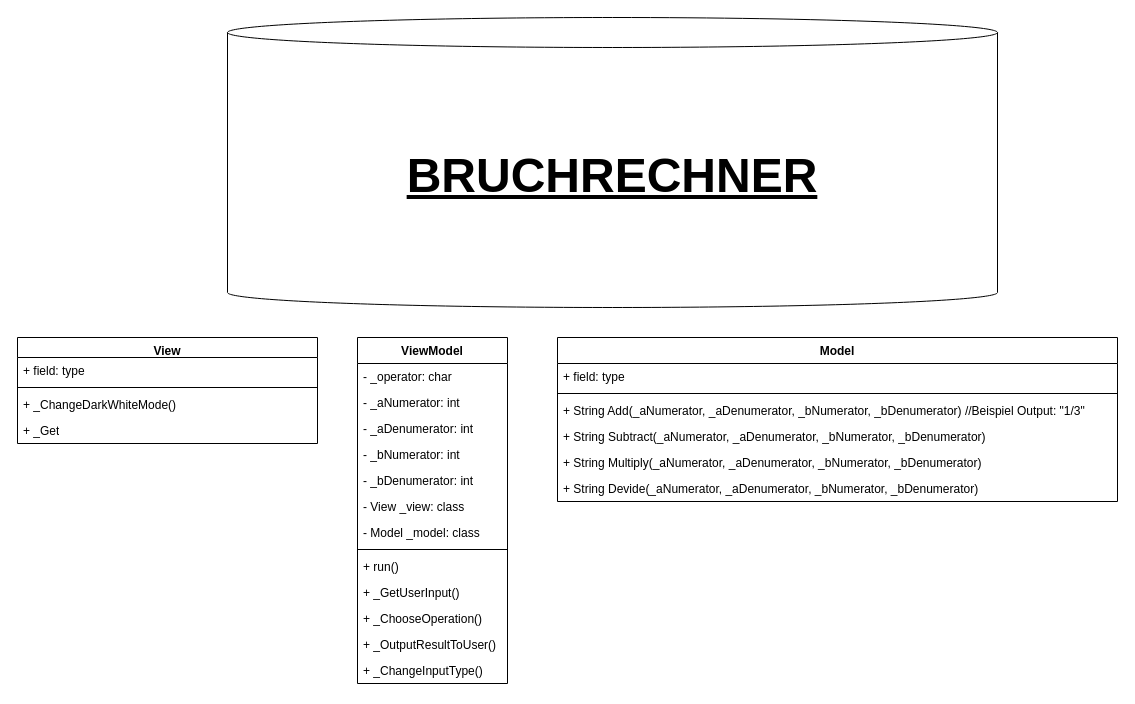
The draw.io diagram Untitled Diagram.drawio in BrassCrafter/Calculator, before the edit. Source tidied: cells renumbered, new cells numbered last; positions are measured from the earlier drawing's top-left corner, leaving out a move shared by most shapes. Both pictures are drawn from the tidied source at 100%, with x=0, y=0 at pixel (17, 17).
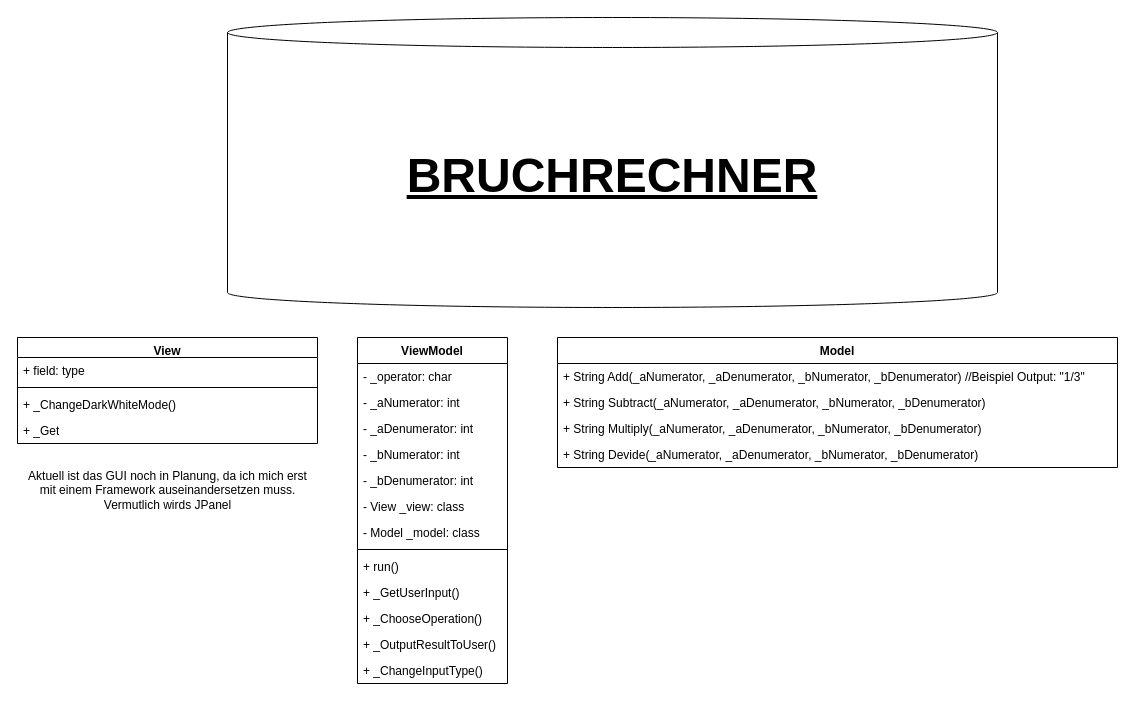
Above is the later version.

What changed in the source:
```diff
@@
     <mxCell id="21" value="Model" style="swimlane;fontStyle=1;align=center;verticalAlign=top;horizontal=1;startSize=26;whiteSpace=wrap;html=1;" parent="1" vertex="1">
-      <mxGeometry x="540" y="320" width="560" height="164" as="geometry" />
+      <mxGeometry x="540" y="320" width="560" height="130" as="geometry" />
     </mxCell>
-    <mxCell id="22" value="+ field: type" style="text;strokeColor=none;fillColor=none;align=left;verticalAlign=top;spacingLeft=4;spacingRight=4;overflow=hidden;whiteSpace=wrap;html=1;" parent="21" vertex="1">
-      <mxGeometry y="26" width="560" height="26" as="geometry" />
-    </mxCell>
-    <mxCell id="23" style="line;strokeWidth=1;fillColor=none;align=left;verticalAlign=middle;spacingTop=-1;spacingLeft=3;spacingRight=3;labelPosition=right;strokeColor=inherit;" parent="21" vertex="1">
-      <mxGeometry y="52" width="560" height="8" as="geometry" />
-    </mxCell>
     <mxCell id="24" value="+ String Add(_aNumerator, _aDenumerator, _bNumerator, _bDenumerator) //Beispiel Output: &quot;1/3&quot;" style="text;strokeColor=none;fillColor=none;align=left;verticalAlign=top;spacingLeft=4;spacingRight=4;overflow=hidden;whiteSpace=wrap;html=1;" parent="21" vertex="1">
-      <mxGeometry y="60" width="560" height="26" as="geometry" />
+      <mxGeometry y="26" width="560" height="26" as="geometry" />
     </mxCell>
     <mxCell id="25" value="+ String Subtract(_aNumerator, _aDenumerator, _bNumerator, _bDenumerator)" style="text;strokeColor=none;fillColor=none;align=left;verticalAlign=top;spacingLeft=4;spacingRight=4;overflow=hidden;whiteSpace=wrap;html=1;" parent="21" vertex="1">
-      <mxGeometry y="86" width="560" height="26" as="geometry" />
+      <mxGeometry y="52" width="560" height="26" as="geometry" />
     </mxCell>
     <mxCell id="26" value="+ String Multiply(_aNumerator, _aDenumerator, _bNumerator, _bDenumerator)" style="text;strokeColor=none;fillColor=none;align=left;verticalAlign=top;spacingLeft=4;spacingRight=4;overflow=hidden;whiteSpace=wrap;html=1;" parent="21" vertex="1">
-      <mxGeometry y="112" width="560" height="26" as="geometry" />
+      <mxGeometry y="78" width="560" height="26" as="geometry" />
     </mxCell>
     <mxCell id="27" value="+ String Devide(_aNumerator, _aDenumerator, _bNumerator, _bDenumerator)" style="text;strokeColor=none;fillColor=none;align=left;verticalAlign=top;spacingLeft=4;spacingRight=4;overflow=hidden;whiteSpace=wrap;html=1;" parent="21" vertex="1">
-      <mxGeometry y="138" width="560" height="26" as="geometry" />
+      <mxGeometry y="104" width="560" height="26" as="geometry" />
     </mxCell>
@@
+    <mxCell id="29" value="Aktuell ist das GUI noch in Planung, da ich mich erst &lt;br&gt;mit einem Framework auseinandersetzen muss.&lt;br&gt;Vermutlich wirds JPanel" style="text;html=1;align=center;verticalAlign=middle;strokeColor=none;fillColor=none;" parent="1" vertex="1">
+      <mxGeometry y="443" width="300" height="60" as="geometry" />
+    </mxCell>
```
